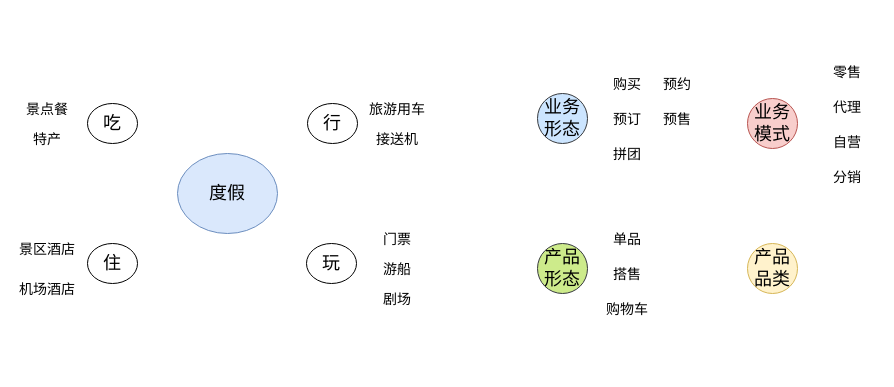
The draw.io diagram page "第 8 页" (4 of 14) of DDD.drawio in baizi/draw, before the edit. Source tidied: cells renumbered, new cells numbered last; positions are measured from the earlier drawing's top-left corner, leaving out a move shared by most shapes. Both pictures are drawn from the tidied source at 100%, with x=0, y=0 at pixel (17, 55).
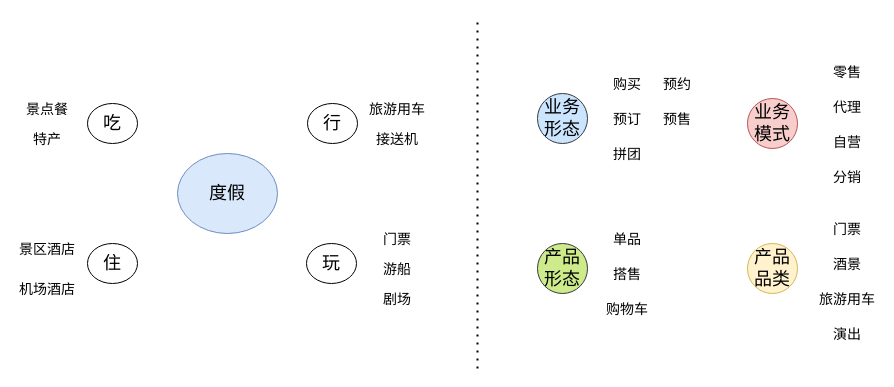
The same diagram, later.

Diff of the diagram source:
```diff
@@
+    <mxCell id="32" value="&lt;font style=&quot;font-size: 14px;&quot;&gt;门票&lt;/font&gt;" style="text;html=1;strokeColor=none;fillColor=none;align=center;verticalAlign=middle;whiteSpace=wrap;rounded=0;fontSize=18;" parent="1" vertex="1">
+      <mxGeometry x="800" y="158" width="60" height="30" as="geometry" />
+    </mxCell>
+    <mxCell id="33" value="&lt;span style=&quot;font-size: 14px;&quot;&gt;酒景&lt;/span&gt;" style="text;html=1;strokeColor=none;fillColor=none;align=center;verticalAlign=middle;whiteSpace=wrap;rounded=0;fontSize=18;" parent="1" vertex="1">
+      <mxGeometry x="800" y="193" width="60" height="30" as="geometry" />
+    </mxCell>
+    <mxCell id="34" value="&lt;font style=&quot;font-size: 14px;&quot;&gt;旅游用车&lt;/font&gt;" style="text;html=1;strokeColor=none;fillColor=none;align=center;verticalAlign=middle;whiteSpace=wrap;rounded=0;fontSize=18;" parent="1" vertex="1">
+      <mxGeometry x="800" y="228" width="60" height="30" as="geometry" />
+    </mxCell>
+    <mxCell id="35" value="&lt;span style=&quot;font-size: 14px;&quot;&gt;演出&lt;/span&gt;" style="text;html=1;strokeColor=none;fillColor=none;align=center;verticalAlign=middle;whiteSpace=wrap;rounded=0;fontSize=18;" parent="1" vertex="1">
+      <mxGeometry x="800" y="263" width="60" height="30" as="geometry" />
+    </mxCell>
+    <mxCell id="36" style="endArrow=none;dashed=1;html=1;dashPattern=1 3;strokeWidth=2;rounded=0;fontSize=14;" parent="1" edge="1">
+      <mxGeometry relative="1" as="geometry">
+        <mxPoint x="460" y="313" as="sourcePoint" />
+        <mxPoint x="460" y="-37" as="targetPoint" />
+      </mxGeometry>
+    </mxCell>
```
